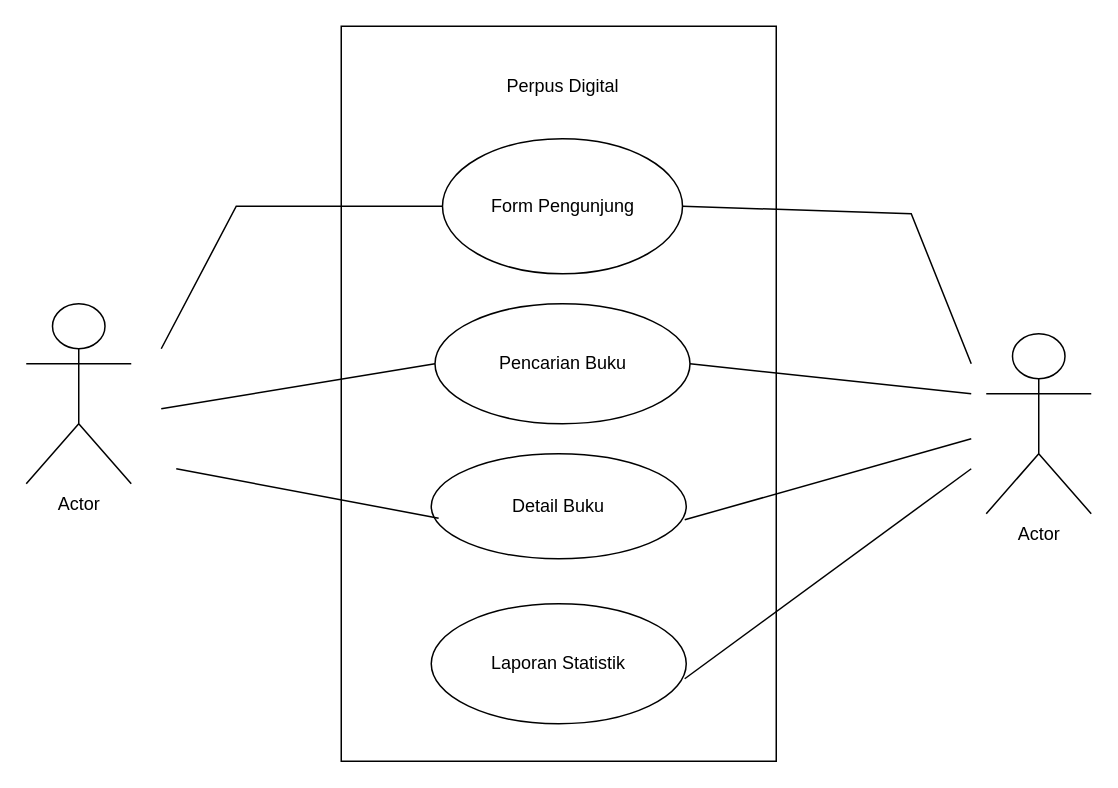
Earlier version of the draw.io diagram Untitled Diagram.drawio (Mhmmdneil/perpus-digital). Source tidied: cells renumbered, new cells numbered last; positions are measured from the earlier drawing's top-left corner, leaving out a move shared by most shapes. Both pictures are drawn from the tidied source at 150%, with x=0, y=0 at pixel (26, 26).
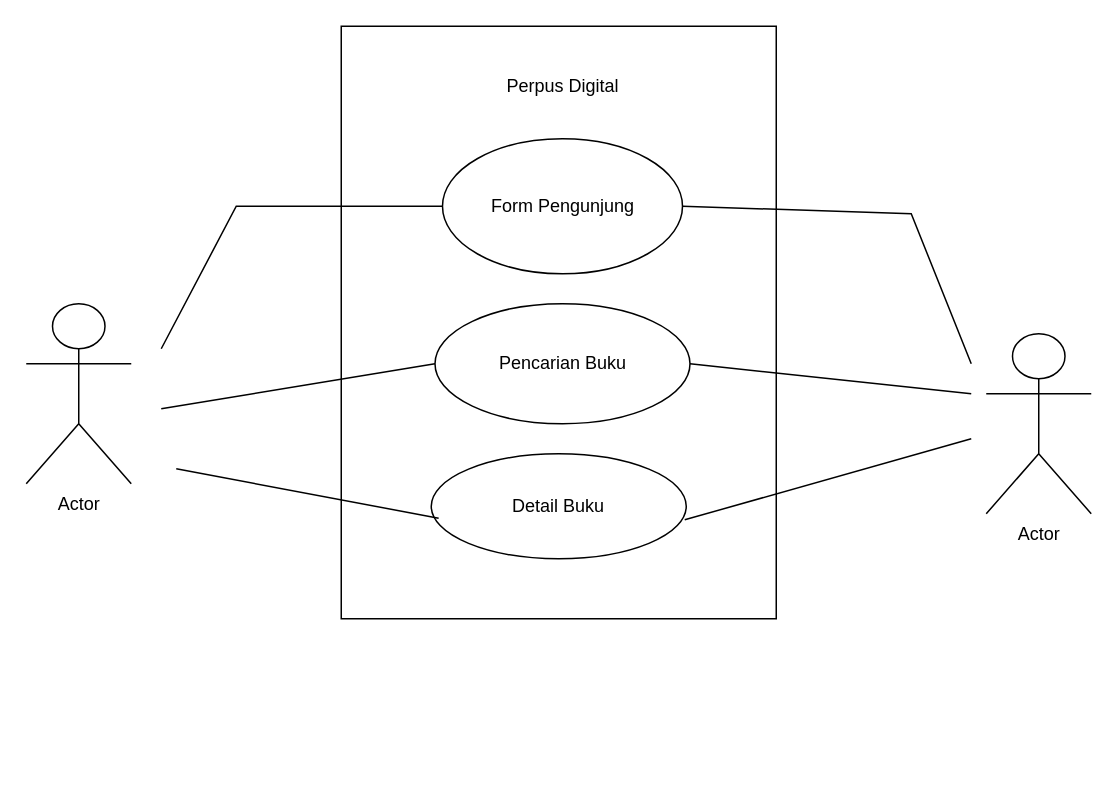
The same page after the edit.

Commit message:
Use-Case-Diagram-Perpus-Digital

Diff of the diagram source:
```diff
@@
     <mxCell id="2" style="rounded=0;whiteSpace=wrap;html=1;" parent="1" vertex="1">
-      <mxGeometry x="210" width="290" height="490" as="geometry" />
+      <mxGeometry x="210" width="290" height="395" as="geometry" />
     </mxCell>
@@
-    <mxCell id="8" value="Laporan Statistik" style="ellipse;whiteSpace=wrap;html=1;" parent="1" vertex="1">
-      <mxGeometry x="270" y="385" width="170" height="80" as="geometry" />
-    </mxCell>
@@
-    <mxCell id="16" style="endArrow=none;html=1;rounded=0;entryX=0.994;entryY=0.625;entryDx=0;entryDy=0;entryPerimeter=0;" parent="1" edge="1" target="8">
-      <mxGeometry relative="1" as="geometry">
-        <mxPoint x="630" y="295" as="sourcePoint" />
-      </mxGeometry>
-    </mxCell>
```
